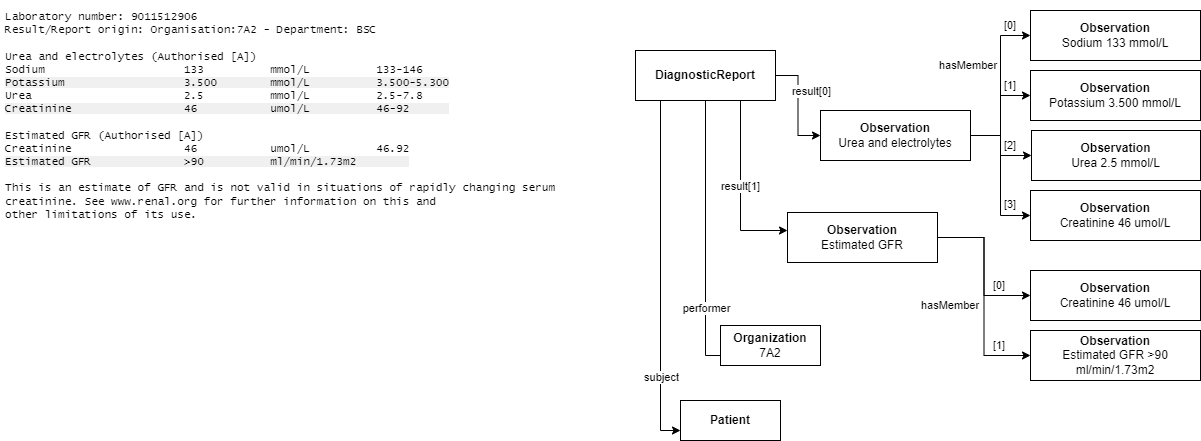
This is Diagrams/Diagram-DiagnosticReport-MultiplePanel.png from NHSWalesFHIR/NHSWales-fhir-profiles-R4, a draw.io export, as it was before one commit. Source tidied: cells renumbered, new cells last; positions are measured from the earlier drawing's top-left corner, leaving out a move shared by most shapes.
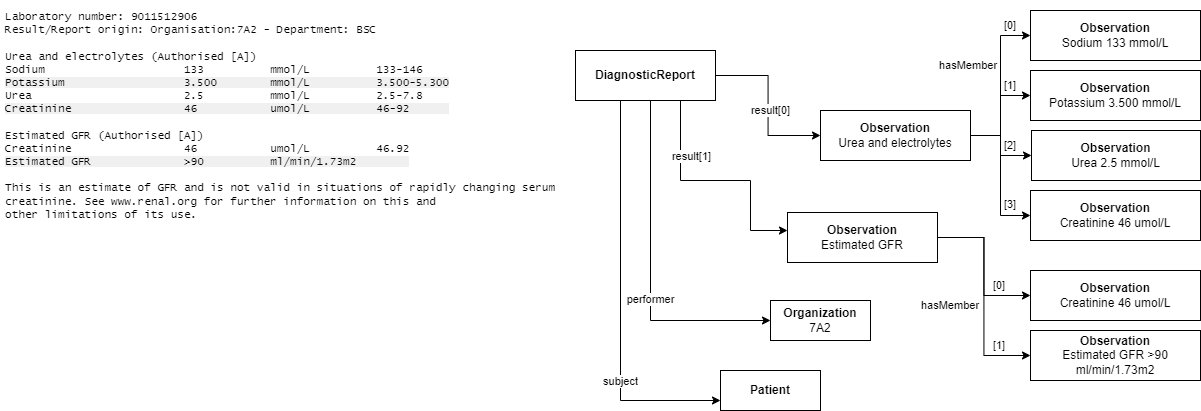
After the commit.

The edit, as a diff of the source:
```diff
@@ -11,44 +11,46 @@
       <mxGeometry width="590" height="310" as="geometry" />
     </mxCell>
     <mxCell id="4" value="result[0]" style="edgeStyle=orthogonalEdgeStyle;rounded=0;jettySize=auto;html=1;entryX=0;entryY=0.5;entryDx=0;entryDy=0;" parent="1" edge="1" source="11" target="19">
-      <mxGeometry x="-0.29" y="13" relative="1" as="geometry" />
+      <mxGeometry x="0.06" y="2" relative="1" as="geometry" />
     </mxCell>
     <mxCell id="5" style="edgeStyle=orthogonalEdgeStyle;rounded=0;jettySize=auto;html=1;exitX=0.75;exitY=1;exitDx=0;exitDy=0;fontSize=11;" parent="1" edge="1" source="11">
       <mxGeometry relative="1" as="geometry">
         <mxPoint x="787" y="230" as="targetPoint" />
         <Array as="points">
-          <mxPoint x="740" y="230" />
-          <mxPoint x="787" y="230" />
+          <mxPoint x="680" y="180" />
+          <mxPoint x="750" y="180" />
+          <mxPoint x="750" y="230" />
         </Array>
       </mxGeometry>
     </mxCell>
     <mxCell id="6" value="result[1]" style="edgeLabel;html=1;align=center;verticalAlign=middle;fontSize=11;" parent="5" vertex="1">
-      <mxGeometry x="-0.04" y="-1" relative="1" as="geometry" />
+      <mxGeometry x="-0.04" y="-1" relative="1" as="geometry">
+        <mxPoint x="-24" y="-26" as="offset" />
+      </mxGeometry>
     </mxCell>
-    <mxCell id="7" style="edgeStyle=orthogonalEdgeStyle;rounded=0;jettySize=auto;html=1;entryX=0;entryY=0.5;entryDx=0;entryDy=0;fontSize=11;" parent="1" edge="1" source="11" target="27">
-      <mxGeometry x="0.74" y="5" relative="1" as="geometry">
-        <Array as="points">
-          <mxPoint x="705" y="355" />
-          <mxPoint x="741" y="355" />
-        </Array>
-      </mxGeometry>
-    </mxCell>
-    <mxCell id="8" value="performer" style="edgeLabel;html=1;align=center;verticalAlign=middle;fontSize=11;" parent="7" vertex="1">
-      <mxGeometry x="0.28" relative="1" as="geometry" />
-    </mxCell>
     <mxCell id="9" style="edgeStyle=orthogonalEdgeStyle;rounded=0;jettySize=auto;html=1;exitX=0.25;exitY=1;exitDx=0;exitDy=0;entryX=0;entryY=0.75;entryDx=0;entryDy=0;fontSize=11;" parent="1" edge="1" source="11" target="36">
       <mxGeometry relative="1" as="geometry">
         <Array as="points">
-          <mxPoint x="660" y="100" />
-          <mxPoint x="660" y="430" />
+          <mxPoint x="620" y="100" />
+          <mxPoint x="620" y="400" />
         </Array>
       </mxGeometry>
     </mxCell>
     <mxCell id="10" value="subject" style="edgeLabel;html=1;align=center;verticalAlign=middle;fontSize=11;" parent="9" vertex="1">
-      <mxGeometry x="0.59" relative="1" as="geometry" />
+      <mxGeometry x="0.59" relative="1" as="geometry">
+        <mxPoint x="-16" y="-20" as="offset" />
+      </mxGeometry>
     </mxCell>
+    <mxCell id="8" value="performer" style="edgeStyle=orthogonalEdgeStyle;rounded=0;jettySize=auto;html=1;entryX=0;entryY=0.5;entryDx=0;entryDy=0;fontSize=11;exitX=0.5;exitY=1;exitDx=0;exitDy=0;" parent="1" edge="1" source="11" target="27">
+      <mxGeometry x="0.19" relative="1" as="geometry">
+        <Array as="points">
+          <mxPoint x="650" y="100" />
+          <mxPoint x="650" y="320" />
+        </Array>
+      </mxGeometry>
+    </mxCell>
     <mxCell id="11" value="&lt;b&gt;DiagnosticReport&lt;/b&gt;" style="rounded=0;whiteSpace=wrap;html=1;" parent="1" vertex="1">
-      <mxGeometry x="635" y="50" width="140" height="50" as="geometry" />
+      <mxGeometry x="575" y="50" width="140" height="50" as="geometry" />
     </mxCell>
     <mxCell id="12" style="edgeStyle=orthogonalEdgeStyle;rounded=0;jettySize=auto;html=1;entryX=0;entryY=0.5;entryDx=0;entryDy=0;" parent="1" edge="1" source="14" target="24">
       <mxGeometry relative="1" as="geometry" />
@@ -106,7 +108,7 @@
       <mxGeometry relative="1" as="geometry" />
     </mxCell>
     <mxCell id="27" value="&lt;b&gt;Organization&lt;/b&gt;&lt;br&gt;7A2" style="rounded=0;whiteSpace=wrap;html=1;" parent="1" vertex="1">
-      <mxGeometry x="720" y="325" width="100" height="40" as="geometry" />
+      <mxGeometry x="770" y="300" width="100" height="40" as="geometry" />
     </mxCell>
     <mxCell id="28" value="hasMember" style="text;html=1;strokeColor=none;fillColor=none;align=center;verticalAlign=middle;whiteSpace=wrap;rounded=0;fontSize=11;" parent="1" vertex="1">
       <mxGeometry x="938" y="50" width="60" height="30" as="geometry" />
@@ -133,7 +135,7 @@
       <mxGeometry x="989" y="335" width="20" height="20" as="geometry" />
     </mxCell>
     <mxCell id="36" value="&lt;b&gt;Patient&lt;/b&gt;" style="rounded=0;whiteSpace=wrap;html=1;" parent="1" vertex="1">
-      <mxGeometry x="680" y="400" width="100" height="40" as="geometry" />
+      <mxGeometry x="720" y="370" width="100" height="40" as="geometry" />
     </mxCell>
   </root>
 </mxGraphModel>
```
